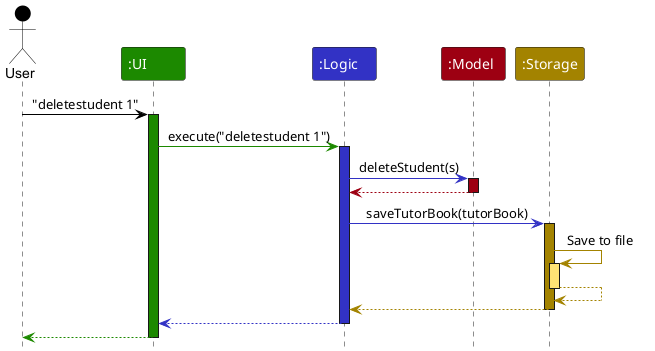
This is docs/images/ArchitectureSequenceDiagram.png from AY2627S1-CS2103T-F13-1/tp, a PlantUML export, as it was before one commit.
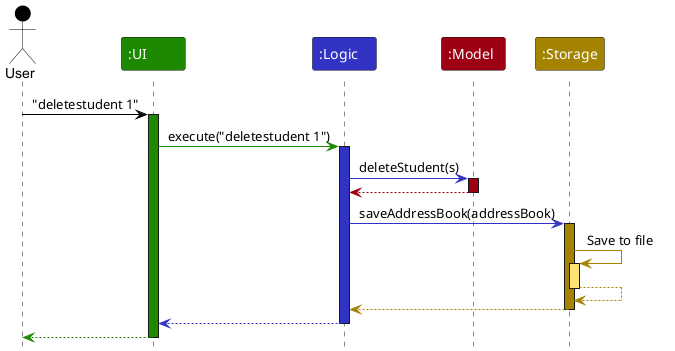
The same diagram one commit later.

Diff of the diagram source:
```diff
@@ -20,7 +20,7 @@
 model -[MODEL_COLOR]-> logic
 deactivate model
 
-logic -[LOGIC_COLOR]> storage : saveTutorBook(tutorBook)
+logic -[LOGIC_COLOR]> storage : saveAddressBook(addressBook)
 activate storage STORAGE_COLOR
 
 storage -[STORAGE_COLOR]> storage : Save to file
```
